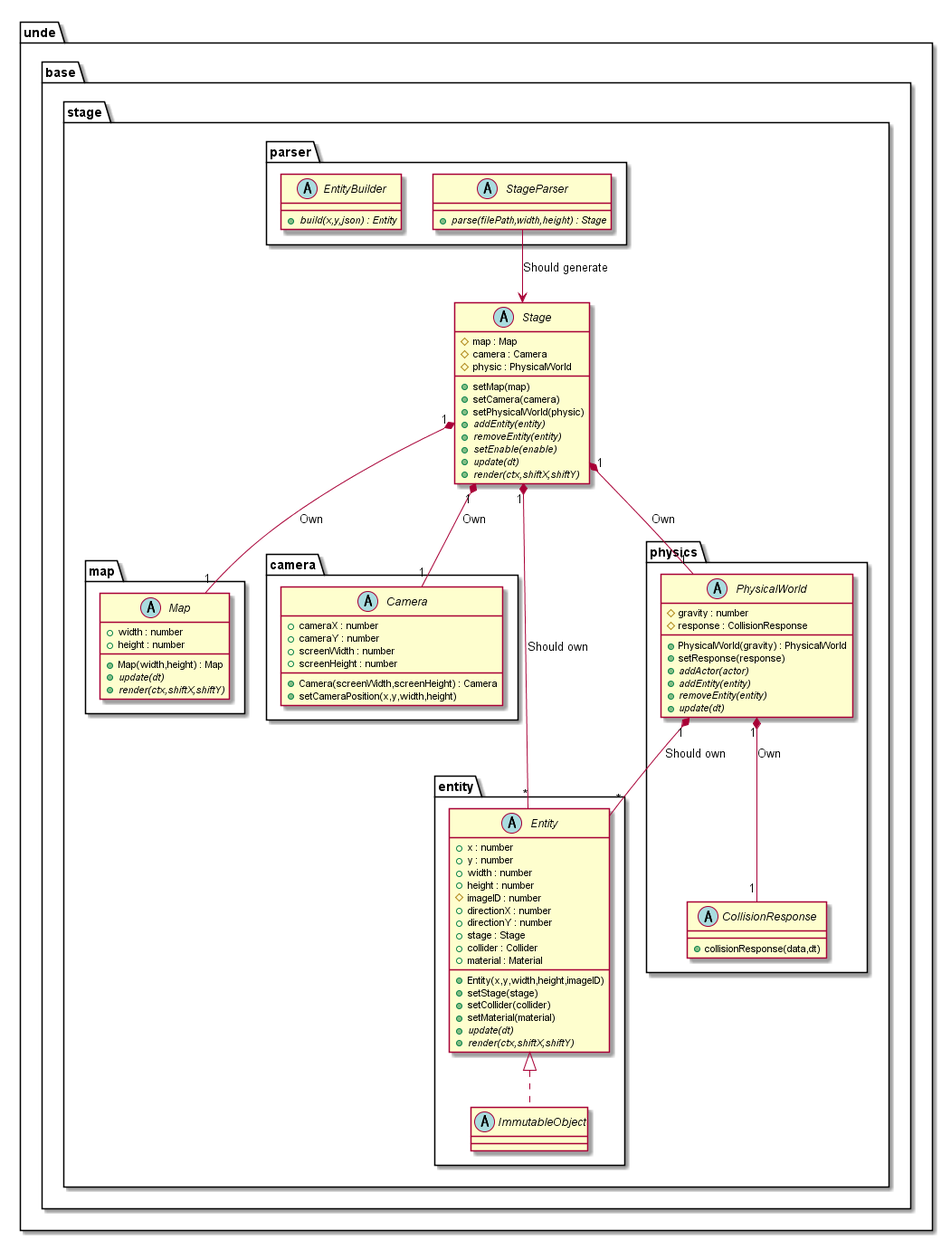
This is out/uml/stage/Base/StageBase.png from Expine/Under, a PlantUML export, as it was before one commit. Its diagram source:
```plantuml
@startuml StageBase

package unde {
    package base {
        package stage {
            abstract Stage {
                #map : Map
                #camera : Camera
                #physic : PhysicalWorld
                +setMap(map)
                +setCamera(camera)
                +setPhysicalWorld(physic)
                {abstract} +addEntity(entity)
                {abstract} +removeEntity(entity)
                {abstract} +setEnable(enable)
                {abstract} +update(dt)
                {abstract} +render(ctx,shiftX,shiftY)
            }
            package parser {
                abstract StageParser {
                    {abstract} +parse(filePath,width,height) : Stage
                }
                abstract EntityBuilder {
                    {abstract} +build(x,y,json) : Entity
                }
            }
            package map {
                abstract Map {
                    +Map(width,height) : Map
                    +width : number
                    +height : number
                    {abstract} +update(dt)
                    {abstract} +render(ctx,shiftX,shiftY)
                }
            }
            package camera {
                abstract Camera {
                    +Camera(screenWidth,screenHeight) : Camera
                    +cameraX : number
                    +cameraY : number
                    +screenWidth : number
                    +screenHeight : number
                    +setCameraPosition(x,y,width,height)
                }
            }
            package entity {
                abstract Entity {
                    +Entity(x,y,width,height,imageID)
                    +x : number
                    +y : number
                    +width : number
                    +height : number
                    #imageID : number
                    +directionX : number
                    +directionY : number
                    +stage : Stage
                    +collider : Collider
                    +material : Material
                    +setStage(stage)
                    +setCollider(collider)
                    +setMaterial(material)
                    {abstract} +update(dt)
                    {abstract} +render(ctx,shiftX,shiftY)
                }
                abstract ImmutableObject
            }
            package physics {
                abstract PhysicalWorld {
                    +PhysicalWorld(gravity) : PhysicalWorld
                    #gravity : number
                    #response : CollisionResponse
                    +setResponse(response)
                    {abstract} +addActor(actor)
                    {abstract} +addEntity(entity)
                    {abstract} +removeEntity(entity)
                    {abstract} +update(dt)
                }
                abstract CollisionResponse {
                    +collisionResponse(data,dt)
                }
            }
        }
    }
}

StageParser --> Stage : Should generate
Stage "1" *-- "1" Map : Own
Stage "1" *-- "1" Camera : Own
Stage "1" *-- "1" PhysicalWorld : Own
Stage "1" *-- "*" Entity : Should own
PhysicalWorld "1"*--"*" Entity : Should own
PhysicalWorld "1"*--"1" CollisionResponse : Own

Entity <|.. ImmutableObject

@enduml
```
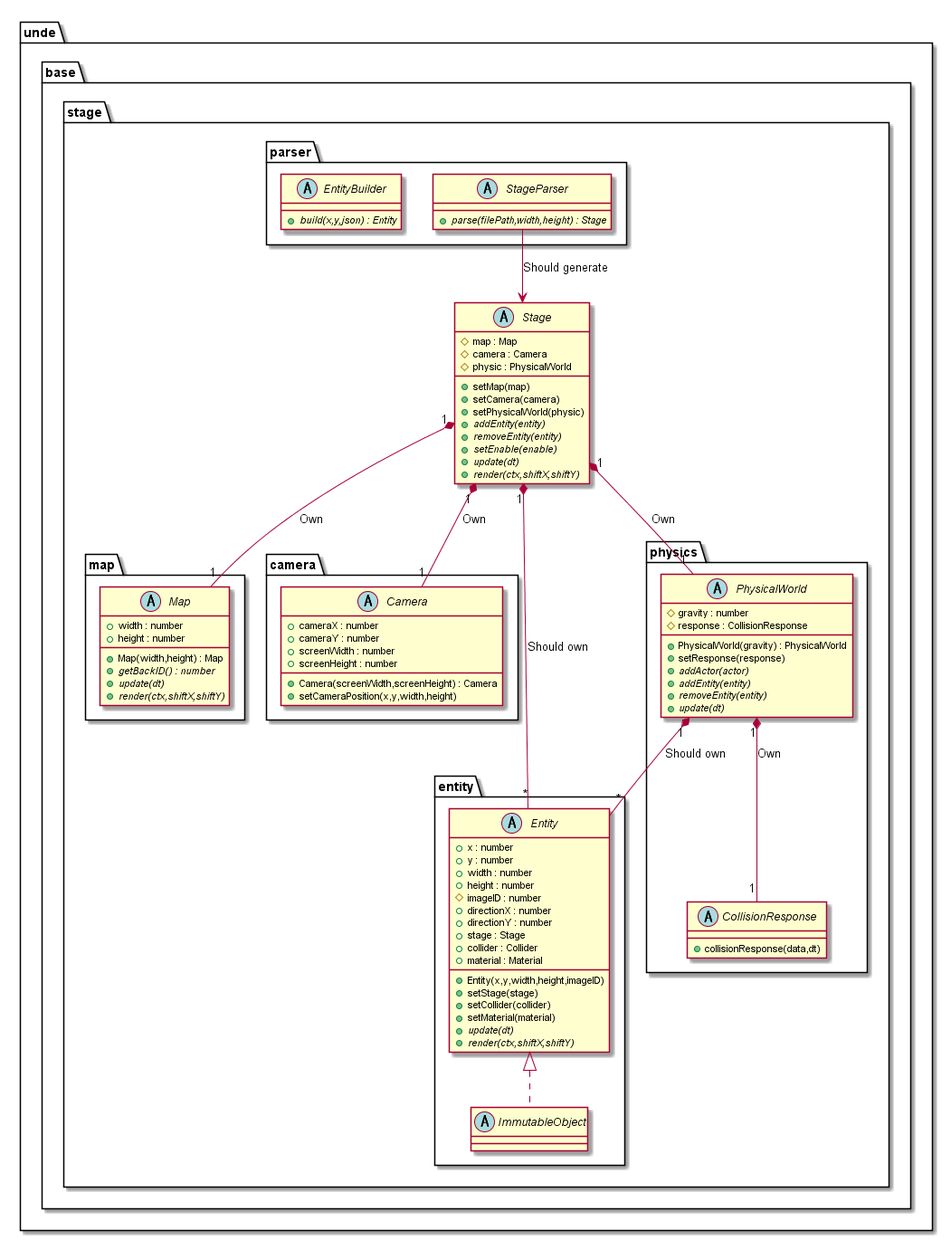
Later version of the same file.

What changed in the source:
```diff
@@ -29,6 +29,7 @@
                     +Map(width,height) : Map
                     +width : number
                     +height : number
+                    {abstract} +getBackID() : number
                     {abstract} +update(dt)
                     {abstract} +render(ctx,shiftX,shiftY)
                 }
```
